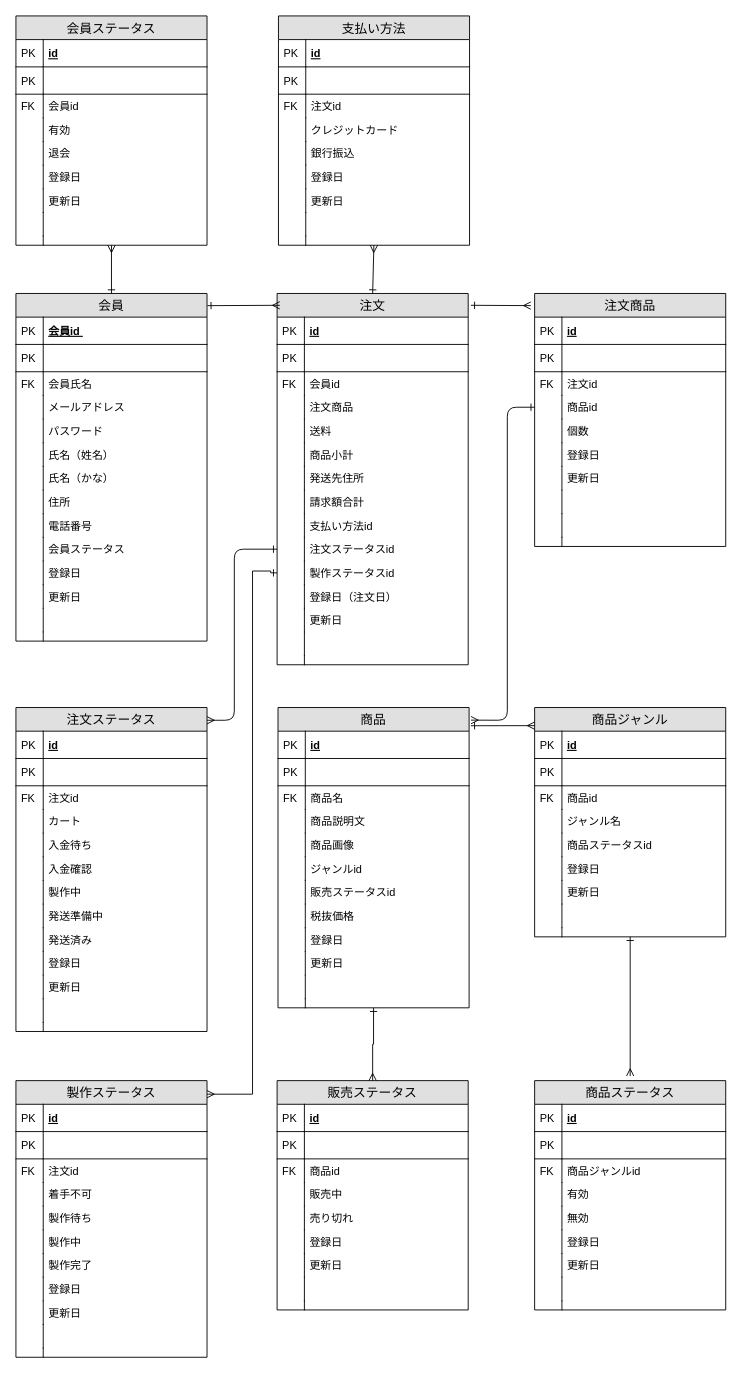
Above: page "第二正規形" (3 of 4) of ER図.drawio in tibisaki67/ECsite (draw.io), before the change. Source tidied: cells renumbered, new cells numbered last; positions are measured from the earlier drawing's top-left corner, leaving out a move shared by most shapes. Both pictures are drawn from the tidied source at 91%, with x=0, y=0 at pixel (15, 15).
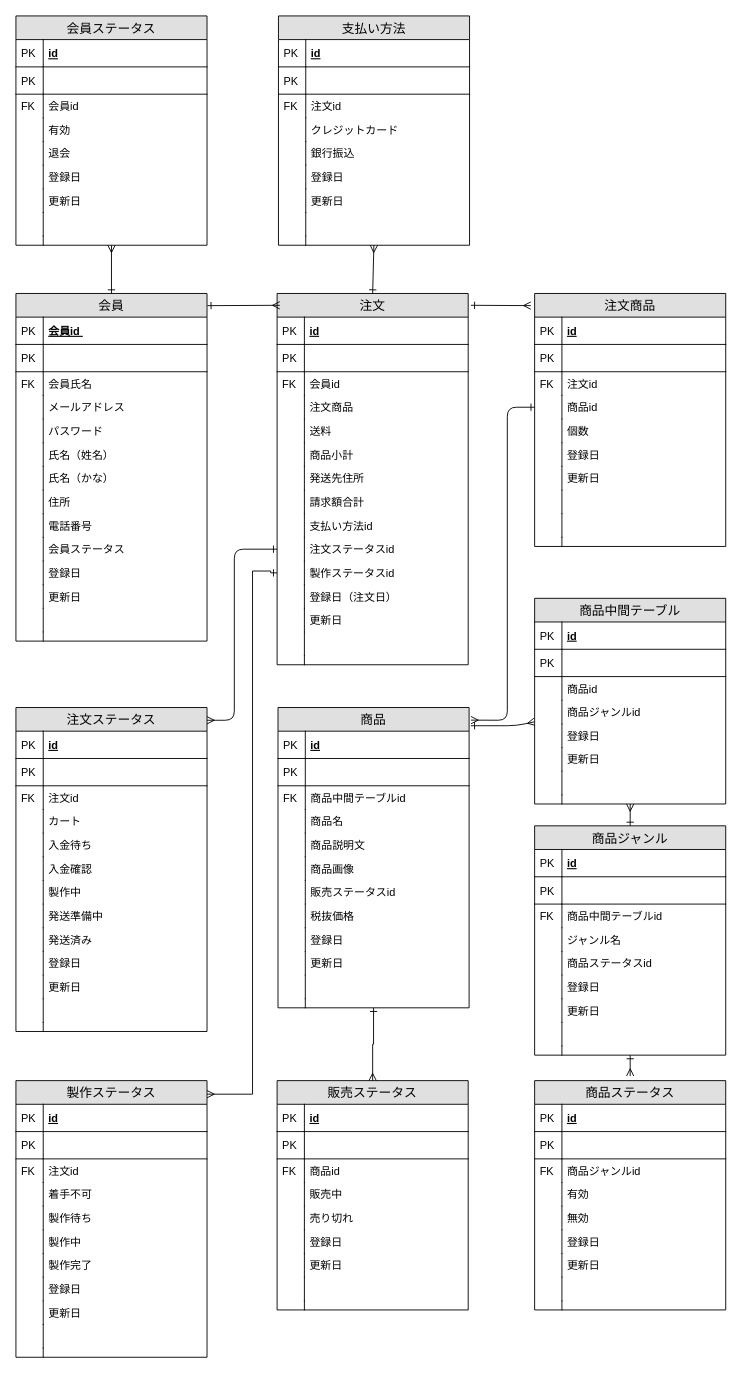
After the change.

The change refers to these unchanged cells:
```xml
<mxCell id="84" value="商品" style="swimlane;fontStyle=0;horizontal=1;startSize=26;fillColor=#e0e0e0;swimlaneFillColor=#ffffff;align=center;fontSize=14;" parent="1" vertex="1">
  <mxGeometry x="288" y="760" width="210" height="330" as="geometry" />
</mxCell>
```

Change to the diagram source:
```diff
@@
+    <mxCell id="264" value="商品中間テーブルid" style="shape=partialRectangle;top=0;left=0;right=0;bottom=0;align=left;verticalAlign=top;fillColor=none;spacingLeft=34;spacingRight=4;overflow=hidden;fontSize=12;" parent="84" vertex="1">
+      <mxGeometry y="86" width="210" height="26" as="geometry" />
+    </mxCell>
+    <mxCell id="265" value="FK" style="shape=partialRectangle;top=0;left=0;bottom=0;fillColor=none;align=left;verticalAlign=top;spacingLeft=4;spacingRight=4;overflow=hidden;fontSize=12;" parent="264" vertex="1">
+      <mxGeometry width="30" height="26" as="geometry" />
+    </mxCell>
     <mxCell id="89" value="商品名" style="shape=partialRectangle;top=0;left=0;right=0;bottom=0;align=left;verticalAlign=top;fillColor=none;spacingLeft=34;spacingRight=4;overflow=hidden;fontSize=12;" parent="84" vertex="1">
-      <mxGeometry y="86" width="210" height="26" as="geometry" />
+      <mxGeometry y="112" width="210" height="26" as="geometry" />
     </mxCell>
-    <mxCell id="90" value="FK" style="shape=partialRectangle;top=0;left=0;bottom=0;fillColor=none;align=left;verticalAlign=top;spacingLeft=4;spacingRight=4;overflow=hidden;fontSize=12;" parent="89" vertex="1">
+    <mxCell id="90" style="shape=partialRectangle;top=0;left=0;bottom=0;fillColor=none;align=left;verticalAlign=top;spacingLeft=4;spacingRight=4;overflow=hidden;fontSize=12;" parent="89" vertex="1">
       <mxGeometry width="30" height="26" as="geometry" />
     </mxCell>
     <mxCell id="91" value="商品説明文" style="shape=partialRectangle;top=0;left=0;right=0;bottom=0;align=left;verticalAlign=top;fillColor=none;spacingLeft=34;spacingRight=4;overflow=hidden;fontSize=12;" parent="84" vertex="1">
-      <mxGeometry y="112" width="210" height="26" as="geometry" />
+      <mxGeometry y="138" width="210" height="26" as="geometry" />
     </mxCell>
@@
     <mxCell id="93" value="商品画像" style="shape=partialRectangle;top=0;left=0;right=0;bottom=0;align=left;verticalAlign=top;fillColor=none;spacingLeft=34;spacingRight=4;overflow=hidden;fontSize=12;" parent="84" vertex="1">
-      <mxGeometry y="138" width="210" height="26" as="geometry" />
+      <mxGeometry y="164" width="210" height="26" as="geometry" />
     </mxCell>
@@
-    <mxCell id="95" value="ジャンルid" style="shape=partialRectangle;top=0;left=0;right=0;bottom=0;align=left;verticalAlign=top;fillColor=none;spacingLeft=34;spacingRight=4;overflow=hidden;fontSize=12;" parent="84" vertex="1">
-      <mxGeometry y="164" width="210" height="26" as="geometry" />
-    </mxCell>
-    <mxCell id="96" style="shape=partialRectangle;top=0;left=0;bottom=0;fillColor=none;align=left;verticalAlign=top;spacingLeft=4;spacingRight=4;overflow=hidden;fontSize=12;" parent="95" vertex="1">
-      <mxGeometry width="30" height="26" as="geometry" />
-    </mxCell>
@@
     <mxCell id="109" value="商品ジャンル" style="swimlane;fontStyle=0;horizontal=1;startSize=26;fillColor=#e0e0e0;swimlaneFillColor=#ffffff;align=center;fontSize=14;" parent="1" vertex="1">
-      <mxGeometry x="570" y="760" width="210" height="252" as="geometry" />
+      <mxGeometry x="570" y="890" width="210" height="252" as="geometry" />
     </mxCell>
@@
-    <mxCell id="114" value="商品id" style="shape=partialRectangle;top=0;left=0;right=0;bottom=0;align=left;verticalAlign=top;fillColor=none;spacingLeft=34;spacingRight=4;overflow=hidden;fontSize=12;" parent="109" vertex="1">
+    <mxCell id="114" value="商品中間テーブルid" style="shape=partialRectangle;top=0;left=0;right=0;bottom=0;align=left;verticalAlign=top;fillColor=none;spacingLeft=34;spacingRight=4;overflow=hidden;fontSize=12;" parent="109" vertex="1">
       <mxGeometry y="86" width="210" height="26" as="geometry" />
     </mxCell>
@@
-    <mxCell id="263" style="endArrow=ERmany;html=1;entryX=0;entryY=0.079;entryDx=0;entryDy=0;endFill=0;startArrow=ERone;startFill=0;entryPerimeter=0;" parent="1" edge="1" target="109">
+    <mxCell id="263" style="endArrow=ERmany;html=1;endFill=0;startArrow=ERone;startFill=0;" parent="1" edge="1" target="266">
       <mxGeometry relative="1" as="geometry">
         <mxPoint x="500" y="780" as="sourcePoint" />
+        <Array as="points">
+          <mxPoint x="550" y="780" />
+        </Array>
       </mxGeometry>
     </mxCell>
+    <mxCell id="266" value="商品中間テーブル" style="swimlane;fontStyle=0;horizontal=1;startSize=26;fillColor=#e0e0e0;swimlaneFillColor=#ffffff;align=center;fontSize=14;" parent="1" vertex="1">
+      <mxGeometry x="570" y="640" width="210" height="226" as="geometry" />
+    </mxCell>
+    <mxCell id="267" value="id" style="shape=partialRectangle;top=0;left=0;right=0;bottom=1;align=left;verticalAlign=middle;fillColor=none;spacingLeft=34;spacingRight=4;overflow=hidden;fontStyle=5;fontSize=12;" parent="266" vertex="1">
+      <mxGeometry y="26" width="210" height="30" as="geometry" />
+    </mxCell>
+    <mxCell id="268" value="PK" style="shape=partialRectangle;top=0;left=0;bottom=0;fillColor=none;align=left;verticalAlign=middle;spacingLeft=4;spacingRight=4;overflow=hidden;fontSize=12;" parent="267" vertex="1">
+      <mxGeometry width="30" height="30" as="geometry" />
+    </mxCell>
+    <mxCell id="269" style="shape=partialRectangle;top=0;left=0;right=0;bottom=1;align=left;verticalAlign=middle;fillColor=none;spacingLeft=34;spacingRight=4;overflow=hidden;fontStyle=5;fontSize=12;" parent="266" vertex="1">
+      <mxGeometry y="56" width="210" height="30" as="geometry" />
+    </mxCell>
+    <mxCell id="270" value="PK" style="shape=partialRectangle;top=0;left=0;bottom=0;fillColor=none;align=left;verticalAlign=middle;spacingLeft=4;spacingRight=4;overflow=hidden;fontSize=12;" parent="269" vertex="1">
+      <mxGeometry width="30" height="30" as="geometry" />
+    </mxCell>
+    <mxCell id="271" value="商品id" style="shape=partialRectangle;top=0;left=0;right=0;bottom=0;align=left;verticalAlign=top;fillColor=none;spacingLeft=34;spacingRight=4;overflow=hidden;fontSize=12;" parent="266" vertex="1">
+      <mxGeometry y="86" width="210" height="26" as="geometry" />
+    </mxCell>
+    <mxCell id="272" style="shape=partialRectangle;top=0;left=0;bottom=0;fillColor=none;align=left;verticalAlign=top;spacingLeft=4;spacingRight=4;overflow=hidden;fontSize=12;" parent="271" vertex="1">
+      <mxGeometry width="30" height="26" as="geometry" />
+    </mxCell>
+    <mxCell id="273" value="商品ジャンルid" style="shape=partialRectangle;top=0;left=0;right=0;bottom=0;align=left;verticalAlign=top;fillColor=none;spacingLeft=34;spacingRight=4;overflow=hidden;fontSize=12;" parent="266" vertex="1">
+      <mxGeometry y="112" width="210" height="26" as="geometry" />
+    </mxCell>
+    <mxCell id="274" style="shape=partialRectangle;top=0;left=0;bottom=0;fillColor=none;align=left;verticalAlign=top;spacingLeft=4;spacingRight=4;overflow=hidden;fontSize=12;" parent="273" vertex="1">
+      <mxGeometry width="30" height="26" as="geometry" />
+    </mxCell>
+    <mxCell id="275" value="登録日" style="shape=partialRectangle;top=0;left=0;right=0;bottom=0;align=left;verticalAlign=top;fillColor=none;spacingLeft=34;spacingRight=4;overflow=hidden;fontSize=12;" parent="266" vertex="1">
+      <mxGeometry y="138" width="210" height="26" as="geometry" />
+    </mxCell>
+    <mxCell id="276" style="shape=partialRectangle;top=0;left=0;bottom=0;fillColor=none;align=left;verticalAlign=top;spacingLeft=4;spacingRight=4;overflow=hidden;fontSize=12;" parent="275" vertex="1">
+      <mxGeometry width="30" height="26" as="geometry" />
+    </mxCell>
+    <mxCell id="277" value="更新日" style="shape=partialRectangle;top=0;left=0;right=0;bottom=0;align=left;verticalAlign=top;fillColor=none;spacingLeft=34;spacingRight=4;overflow=hidden;fontSize=12;" parent="266" vertex="1">
+      <mxGeometry y="164" width="210" height="26" as="geometry" />
+    </mxCell>
+    <mxCell id="278" style="shape=partialRectangle;top=0;left=0;bottom=0;fillColor=none;align=left;verticalAlign=top;spacingLeft=4;spacingRight=4;overflow=hidden;fontSize=12;" parent="277" vertex="1">
+      <mxGeometry width="30" height="26" as="geometry" />
+    </mxCell>
+    <mxCell id="279" style="shape=partialRectangle;top=0;left=0;right=0;bottom=0;align=left;verticalAlign=top;fillColor=none;spacingLeft=34;spacingRight=4;overflow=hidden;fontSize=12;" parent="266" vertex="1">
+      <mxGeometry y="190" width="210" height="26" as="geometry" />
+    </mxCell>
+    <mxCell id="280" style="shape=partialRectangle;top=0;left=0;bottom=0;fillColor=none;align=left;verticalAlign=top;spacingLeft=4;spacingRight=4;overflow=hidden;fontSize=12;" parent="279" vertex="1">
+      <mxGeometry width="30" height="26" as="geometry" />
+    </mxCell>
+    <mxCell id="281" style="shape=partialRectangle;top=0;left=0;right=0;bottom=0;align=left;verticalAlign=top;fillColor=none;spacingLeft=34;spacingRight=4;overflow=hidden;fontSize=12;" parent="266" vertex="1">
+      <mxGeometry y="216" width="210" height="10" as="geometry" />
+    </mxCell>
+    <mxCell id="282" style="shape=partialRectangle;top=0;left=0;bottom=0;fillColor=none;align=left;verticalAlign=top;spacingLeft=4;spacingRight=4;overflow=hidden;fontSize=12;" parent="281" vertex="1">
+      <mxGeometry width="30" height="10" as="geometry" />
+    </mxCell>
+    <mxCell id="283" style="endArrow=ERmany;html=1;endFill=0;startArrow=ERone;startFill=0;exitX=0.5;exitY=0;exitDx=0;exitDy=0;" parent="1" edge="1" source="109" target="266">
+      <mxGeometry relative="1" as="geometry" />
+    </mxCell>
```
